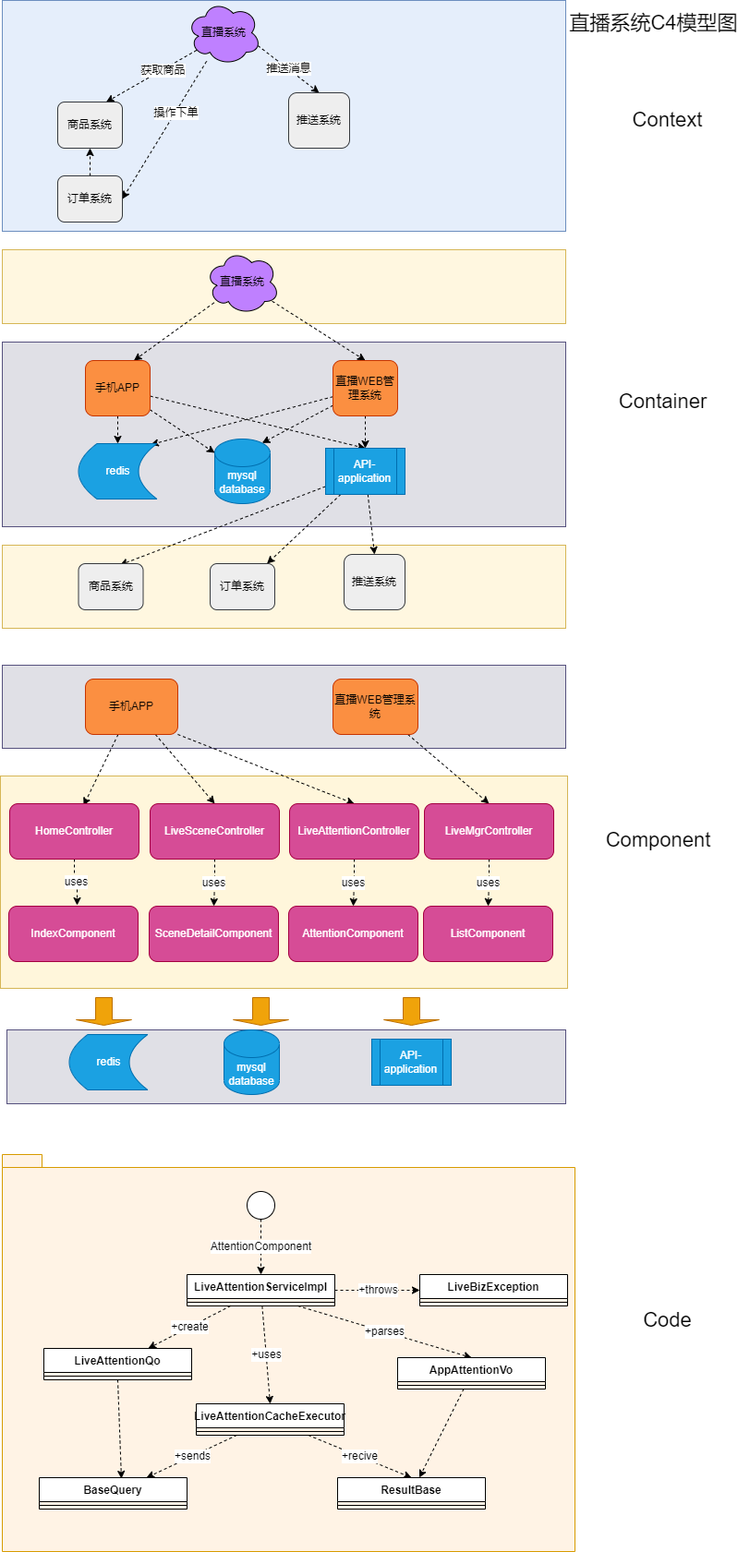
This is live_c4.png from MrPeachHua/draw, a draw.io export, as it was before one commit. Source tidied: cells renumbered, new cells last; positions are measured from the earlier drawing's top-left corner, leaving out a move shared by most shapes.
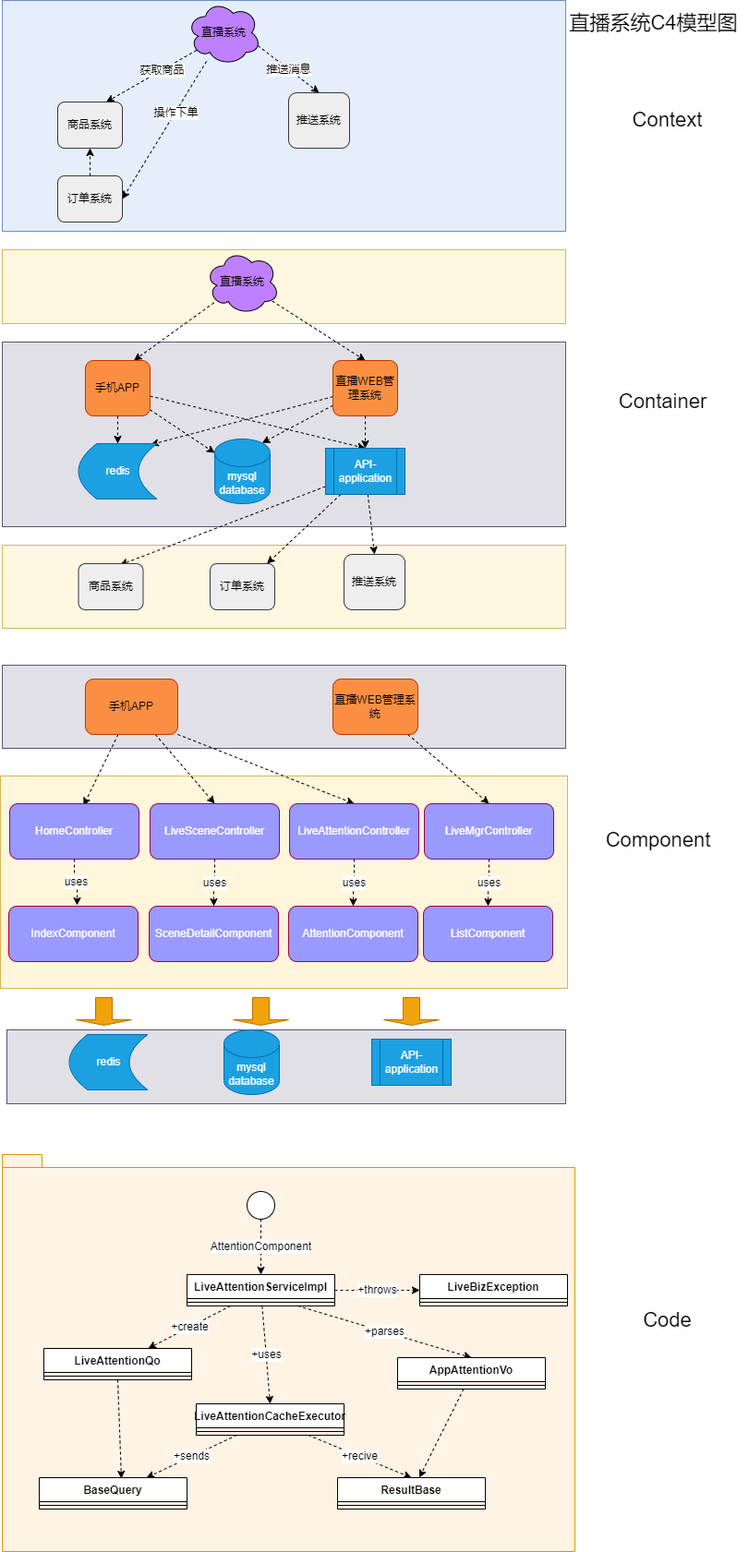
Later version of the same file.

Diff of the diagram source:
```diff
@@ -149,34 +149,34 @@
     <mxCell id="50" style="shape=singleArrow;direction=south;whiteSpace=wrap;html=1;fillColor=#f0a30a;fontColor=#000000;strokeColor=#BD7000;" parent="1" vertex="1">
       <mxGeometry x="415" y="1080" width="60" height="30" as="geometry" />
     </mxCell>
-    <mxCell id="51" value="SceneDetailComponent" style="rounded=1;whiteSpace=wrap;html=1;fillColor=#D64C96;fontColor=#ffffff;strokeColor=#A50040;" parent="1" vertex="1">
+    <mxCell id="51" value="SceneDetailComponent" style="rounded=1;whiteSpace=wrap;html=1;fillColor=#9999FF;fontColor=#ffffff;strokeColor=#A50040;" parent="1" vertex="1">
       <mxGeometry x="161" y="981" width="140" height="60" as="geometry" />
     </mxCell>
-    <mxCell id="52" value="AttentionComponent" style="rounded=1;whiteSpace=wrap;html=1;fillColor=#D64C96;fontColor=#ffffff;strokeColor=#A50040;" parent="1" vertex="1">
+    <mxCell id="52" value="AttentionComponent" style="rounded=1;whiteSpace=wrap;html=1;fillColor=#9999FF;fontColor=#ffffff;strokeColor=#A50040;" parent="1" vertex="1">
       <mxGeometry x="312" y="981" width="140" height="60" as="geometry" />
     </mxCell>
-    <mxCell id="53" value="ListComponent" style="rounded=1;whiteSpace=wrap;html=1;fillColor=#D64C96;fontColor=#ffffff;strokeColor=#A50040;" parent="1" vertex="1">
+    <mxCell id="53" value="ListComponent" style="rounded=1;whiteSpace=wrap;html=1;fillColor=#9999FF;fontColor=#ffffff;strokeColor=#A50040;" parent="1" vertex="1">
       <mxGeometry x="458" y="981" width="140" height="60" as="geometry" />
     </mxCell>
-    <mxCell id="54" value="IndexComponent" style="rounded=1;whiteSpace=wrap;html=1;fillColor=#D64C96;fontColor=#ffffff;strokeColor=#A50040;" parent="1" vertex="1">
+    <mxCell id="54" value="IndexComponent" style="rounded=1;whiteSpace=wrap;html=1;fillColor=#9999FF;fontColor=#ffffff;strokeColor=#A50040;" parent="1" vertex="1">
       <mxGeometry x="9" y="981" width="140" height="60" as="geometry" />
     </mxCell>
     <mxCell id="55" value="uses" style="edgeStyle=orthogonalEdgeStyle;rounded=0;jettySize=auto;html=1;entryX=0.5;entryY=0;entryDx=0;entryDy=0;dashed=1;" parent="1" edge="1" source="56" target="51">
       <mxGeometry relative="1" as="geometry" />
     </mxCell>
-    <mxCell id="56" value="LiveSceneController" style="rounded=1;whiteSpace=wrap;html=1;fillColor=#D64C96;fontColor=#ffffff;strokeColor=#A50040;" parent="1" vertex="1">
+    <mxCell id="56" value="LiveSceneController" style="rounded=1;whiteSpace=wrap;html=1;fillColor=#9999FF;fontColor=#ffffff;strokeColor=#A50040;" parent="1" vertex="1">
       <mxGeometry x="162" y="870" width="140" height="60" as="geometry" />
     </mxCell>
     <mxCell id="57" value="uses" style="edgeStyle=orthogonalEdgeStyle;rounded=0;jettySize=auto;html=1;entryX=0.5;entryY=0;entryDx=0;entryDy=0;dashed=1;" parent="1" edge="1" source="58" target="52">
       <mxGeometry relative="1" as="geometry" />
     </mxCell>
-    <mxCell id="58" value="LiveAttentionController" style="rounded=1;whiteSpace=wrap;html=1;fillColor=#D64C96;fontColor=#ffffff;strokeColor=#A50040;" parent="1" vertex="1">
+    <mxCell id="58" value="LiveAttentionController" style="rounded=1;whiteSpace=wrap;html=1;fillColor=#9999FF;fontColor=#ffffff;strokeColor=#A50040;" parent="1" vertex="1">
       <mxGeometry x="313" y="870" width="140" height="60" as="geometry" />
     </mxCell>
     <mxCell id="59" value="uses" style="edgeStyle=orthogonalEdgeStyle;rounded=0;jettySize=auto;html=1;entryX=0.5;entryY=0;entryDx=0;entryDy=0;dashed=1;" parent="1" edge="1" source="60" target="53">
       <mxGeometry relative="1" as="geometry" />
     </mxCell>
-    <mxCell id="60" value="LiveMgrController" style="rounded=1;whiteSpace=wrap;html=1;fillColor=#D64C96;fontColor=#ffffff;strokeColor=#A50040;" parent="1" vertex="1">
+    <mxCell id="60" value="LiveMgrController" style="rounded=1;whiteSpace=wrap;html=1;fillColor=#9999FF;fontColor=#ffffff;strokeColor=#A50040;" parent="1" vertex="1">
       <mxGeometry x="459" y="870" width="140" height="60" as="geometry" />
     </mxCell>
     <mxCell id="61" value="uses" style="edgeStyle=orthogonalEdgeStyle;rounded=0;jettySize=auto;html=1;dashed=1;" parent="1" edge="1" source="62">
@@ -184,7 +184,7 @@
         <mxPoint x="83" y="980" as="targetPoint" />
       </mxGeometry>
     </mxCell>
-    <mxCell id="62" value="HomeController" style="rounded=1;whiteSpace=wrap;html=1;fillColor=#D64C96;fontColor=#ffffff;strokeColor=#A50040;" parent="1" vertex="1">
+    <mxCell id="62" value="HomeController" style="rounded=1;whiteSpace=wrap;html=1;fillColor=#9999FF;fontColor=#ffffff;strokeColor=#A50040;" parent="1" vertex="1">
       <mxGeometry x="10" y="870" width="140" height="60" as="geometry" />
     </mxCell>
     <mxCell id="63" style="shape=folder;fontStyle=1;spacingTop=10;tabWidth=40;tabHeight=14;tabPosition=left;html=1;fillColor=#FFF3E5;strokeColor=#d79b00;" parent="1" vertex="1">
```
